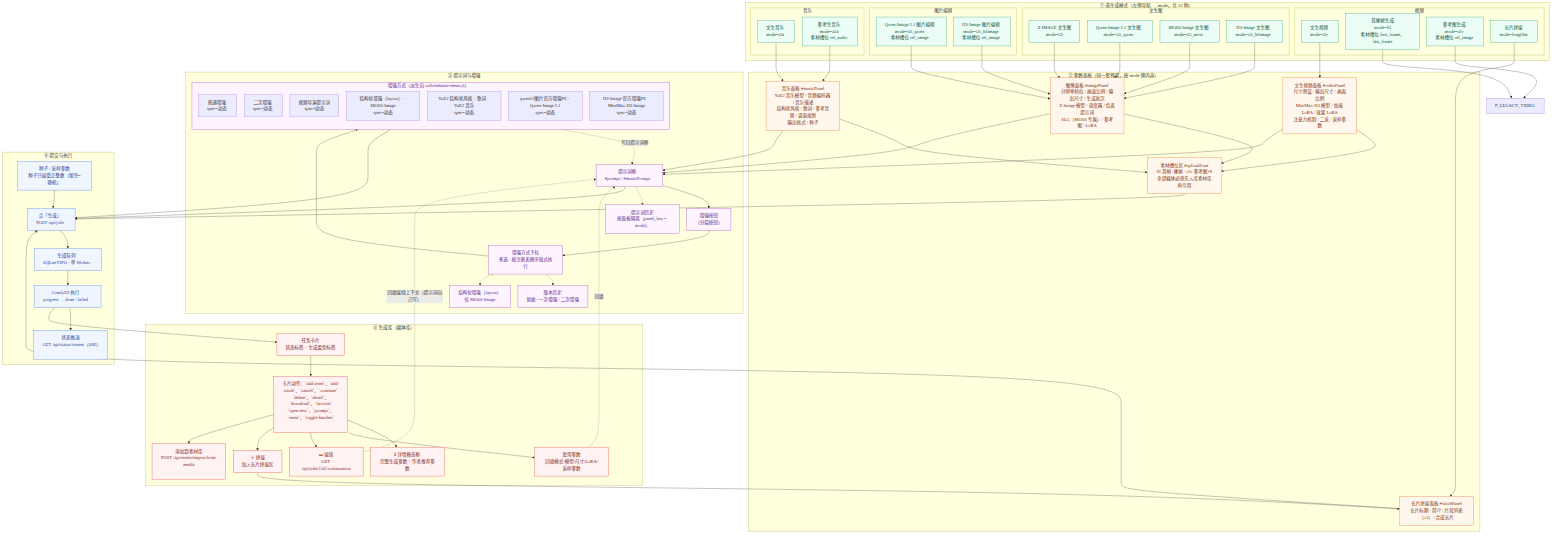
pixelaigc/ComfyUI-MiniMax-H3-Studio keeps this Mermaid diagram as docs/交互流程图-创作链路.png. Above is the earlier version. Its source is kept beside it as docs/交互流程图-创作链路.mmd.
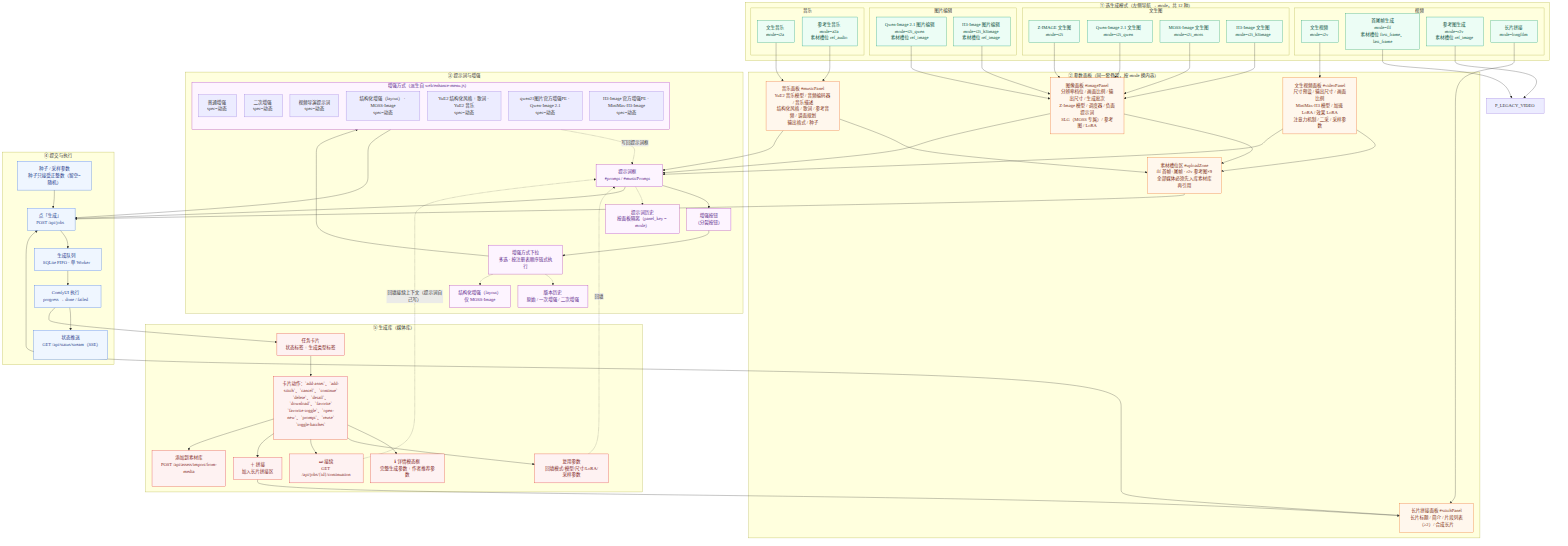
Later version of the same file.

What changed in the source:
```diff
@@ -108,7 +108,7 @@
   subgraph OUT["⑤ 生成库（媒体库）"]
     direction LR
     LIB["任务卡片<br/>状态标签 + 生成类型标签"]
-    ACTS["卡片动作：`add-asset`、`add-stitch`、`cancel`、`continue`<br/>`delete`、`detail`、`download`、`favorite`<br/>`open-new`、`prompt`、`reuse`、`toggle-batches`"]
+    ACTS["卡片动作：`add-asset`、`add-stitch`、`cancel`、`continue`<br/>`delete`、`detail`、`download`、`favorite`<br/>`favorite-toggle`、`open-new`、`prompt`、`reuse`<br/>`toggle-batches`"]
     DETAIL["ℹ 详情模态框<br/>完整生成参数 + 作者推荐参数"]
     REUSE["复用参数<br/>回填模式/模型/尺寸/LoRA/采样参数"]
     CONT["⏭ 接续<br/>GET /api/jobs/{id}/continuation"]
```
